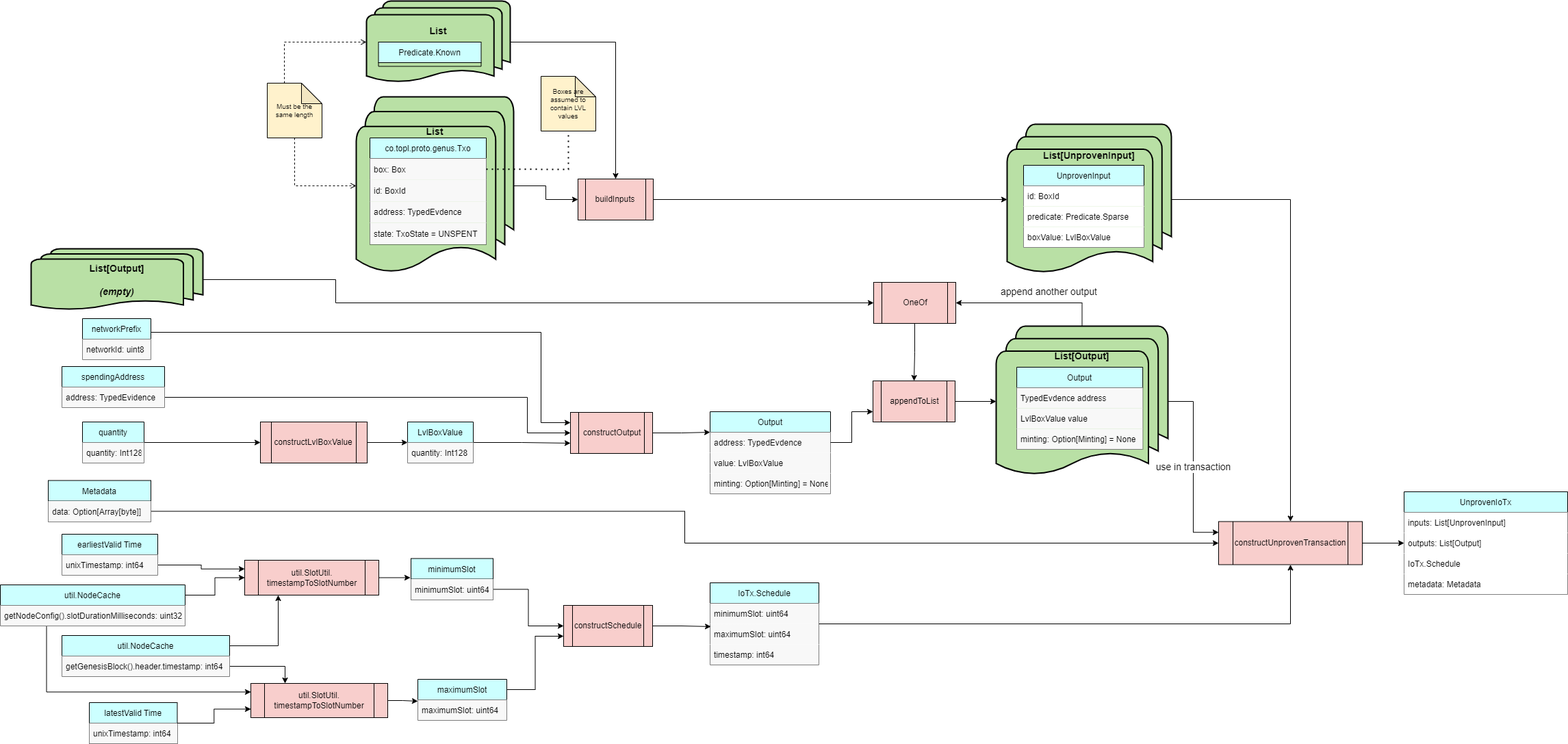
Above: docs/Modules/NativeTransactor/transaction_builder.drawio.png in Topl/BramblSc-docs (draw.io), before the change. Source tidied: cells renumbered, new cells last; positions are measured from the earlier drawing's top-left corner, leaving out a move shared by most shapes.
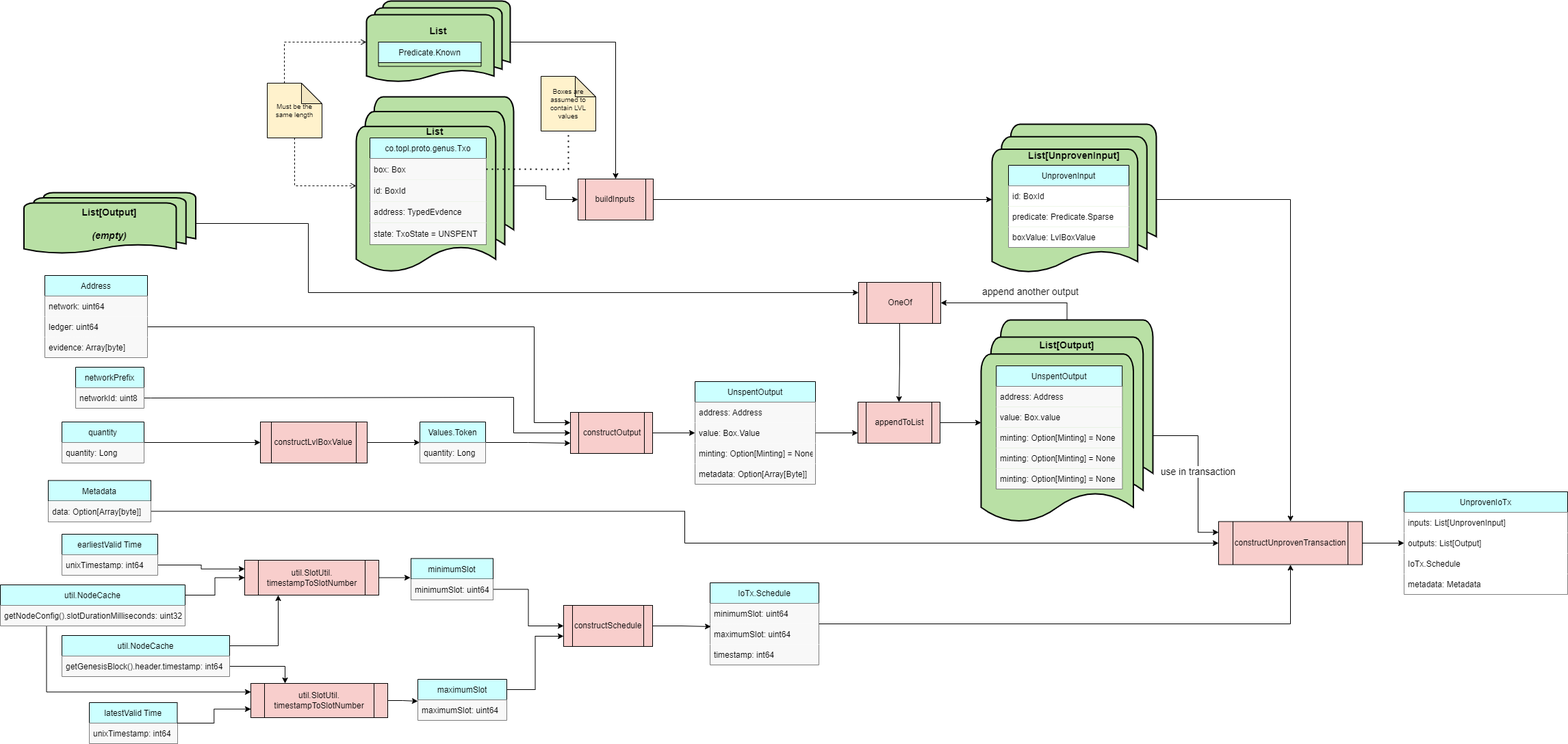
After the change.

Commit message:
Harmonized outputs with quivr4s

Change to the diagram source:
```diff
@@ -67,35 +67,22 @@
     <mxCell id="22" value="state: TxoState = UNSPENT" style="text;strokeColor=none;fillColor=#F8F8F8;align=left;verticalAlign=middle;spacingLeft=4;spacingRight=4;overflow=hidden;" parent="18" vertex="1">
       <mxGeometry y="124.1" width="170" height="31.4" as="geometry" />
     </mxCell>
-    <mxCell id="23" style="group;" parent="1" vertex="1">
-      <mxGeometry x="1460" y="475" width="251" height="220" as="geometry" />
-    </mxCell>
-    <mxCell id="24" value="&lt;font style=&quot;&quot;&gt;&lt;font style=&quot;font-size: 10px;&quot;&gt;&lt;br&gt;&lt;/font&gt;&lt;br&gt;&lt;/font&gt;&lt;font style=&quot;font-size: 14px;&quot;&gt;&lt;b&gt;List[Output]&lt;/b&gt;&lt;/font&gt;" style="strokeWidth=2;html=1;shape=mxgraph.flowchart.multi-document;whiteSpace=wrap;fillColor=#B9E0A5;verticalAlign=top;" parent="23" vertex="1">
-      <mxGeometry x="-5" width="251" height="220" as="geometry" />
-    </mxCell>
-    <mxCell id="25" value="Output" style="swimlane;fontStyle=0;horizontal=1;startSize=30;fillColor=#CCFFFF;" parent="23" vertex="1">
-      <mxGeometry x="25.1" y="60" width="184.1" height="120" as="geometry" />
-    </mxCell>
-    <mxCell id="26" value="TypedEvdence address" style="text;strokeColor=none;fillColor=#F8F8F8;align=left;verticalAlign=middle;spacingLeft=4;spacingRight=4;overflow=hidden;" parent="25" vertex="1">
-      <mxGeometry y="30" width="184.1" height="30" as="geometry" />
-    </mxCell>
-    <mxCell id="27" value="LvlBoxValue value" style="text;strokeColor=none;fillColor=#F8F8F8;align=left;verticalAlign=middle;spacingLeft=4;spacingRight=4;overflow=hidden;" parent="25" vertex="1">
-      <mxGeometry y="60" width="184.1" height="30" as="geometry" />
-    </mxCell>
-    <mxCell id="28" value="minting: Option[Minting] = None" style="text;strokeColor=none;fillColor=#F8F8F8;align=left;verticalAlign=middle;spacingLeft=4;spacingRight=4;overflow=hidden;" parent="25" vertex="1">
-      <mxGeometry y="90" width="184.1" height="30" as="geometry" />
-    </mxCell>
     <mxCell id="29" value="use in transaction" style="edgeStyle=orthogonalEdgeStyle;rounded=0;jettySize=auto;html=1;entryX=0;entryY=0.25;entryDx=0;entryDy=0;fontSize=14;" parent="1" edge="1" source="24" target="3">
-      <mxGeometry relative="1" as="geometry" />
+      <mxGeometry relative="1" as="geometry">
+        <Array as="points">
+          <mxPoint x="1750" y="635" />
+          <mxPoint x="1750" y="776" />
+        </Array>
+      </mxGeometry>
     </mxCell>
     <mxCell id="30" style="edgeStyle=orthogonalEdgeStyle;rounded=0;jettySize=auto;html=1;entryX=0;entryY=0.5;entryDx=0;entryDy=0;fontSize=10;" parent="1" edge="1" source="31" target="34">
       <mxGeometry relative="1" as="geometry" />
     </mxCell>
     <mxCell id="31" value="quantity" style="swimlane;fontStyle=0;horizontal=1;startSize=30;fillColor=#CCFFFF;" parent="1" vertex="1">
-      <mxGeometry x="120" y="615" width="90" height="60" as="geometry" />
+      <mxGeometry x="90" y="615" width="120" height="60" as="geometry" />
     </mxCell>
-    <mxCell id="32" value="quantity: Int128" style="text;strokeColor=none;fillColor=#F8F8F8;align=left;verticalAlign=middle;spacingLeft=4;spacingRight=4;overflow=hidden;" parent="31" vertex="1">
-      <mxGeometry y="30" width="90" height="30" as="geometry" />
+    <mxCell id="32" value="quantity: Long" style="text;strokeColor=none;fillColor=#F8F8F8;align=left;verticalAlign=middle;spacingLeft=4;spacingRight=4;overflow=hidden;" parent="31" vertex="1">
+      <mxGeometry y="30" width="120" height="30" as="geometry" />
     </mxCell>
     <mxCell id="33" style="edgeStyle=orthogonalEdgeStyle;rounded=0;jettySize=auto;html=1;entryX=0;entryY=0.5;entryDx=0;entryDy=0;fontSize=10;" parent="1" edge="1" source="34" target="36">
       <mxGeometry relative="1" as="geometry" />
@@ -106,58 +93,50 @@
     <mxCell id="35" style="edgeStyle=orthogonalEdgeStyle;rounded=0;jettySize=auto;html=1;fontSize=10;entryX=0;entryY=0.75;entryDx=0;entryDy=0;" parent="1" edge="1" source="36" target="39">
       <mxGeometry relative="1" as="geometry" />
     </mxCell>
-    <mxCell id="36" value="LvlBoxValue" style="swimlane;fontStyle=0;horizontal=1;startSize=30;fillColor=#CCFFFF;" parent="1" vertex="1">
-      <mxGeometry x="595" y="615" width="96" height="60" as="geometry" />
+    <mxCell id="36" value="Values.Token" style="swimlane;fontStyle=0;horizontal=1;startSize=30;fillColor=#CCFFFF;" parent="1" vertex="1">
+      <mxGeometry x="613" y="615" width="96" height="60" as="geometry" />
     </mxCell>
-    <mxCell id="37" value="quantity: Int128" style="text;strokeColor=none;fillColor=#F8F8F8;align=left;verticalAlign=middle;spacingLeft=4;spacingRight=4;overflow=hidden;" parent="36" vertex="1">
+    <mxCell id="37" value="quantity: Long" style="text;strokeColor=none;fillColor=#F8F8F8;align=left;verticalAlign=middle;spacingLeft=4;spacingRight=4;overflow=hidden;" parent="36" vertex="1">
       <mxGeometry y="30" width="96" height="30" as="geometry" />
     </mxCell>
-    <mxCell id="38" style="edgeStyle=orthogonalEdgeStyle;rounded=0;jettySize=auto;html=1;entryX=0;entryY=0.25;entryDx=0;entryDy=0;fontSize=10;exitX=1;exitY=0.5;exitDx=0;exitDy=0;" parent="1" edge="1" source="39" target="46">
+    <mxCell id="38" style="edgeStyle=orthogonalEdgeStyle;rounded=0;jettySize=auto;html=1;entryX=0;entryY=0.5;entryDx=0;entryDy=0;fontSize=10;exitX=1;exitY=0.5;exitDx=0;exitDy=0;" parent="1" edge="1" source="39" target="48">
       <mxGeometry relative="1" as="geometry" />
     </mxCell>
     <mxCell id="39" value="constructOutput" style="shape=process;whiteSpace=wrap;html=1;backgroundOutline=1;fillColor=#F8CECC;" parent="1" vertex="1">
       <mxGeometry x="833" y="601" width="120" height="60" as="geometry" />
     </mxCell>
-    <mxCell id="40" style="edgeStyle=orthogonalEdgeStyle;rounded=0;jettySize=auto;html=1;entryX=0;entryY=0.5;entryDx=0;entryDy=0;fontSize=10;exitX=1;exitY=0.5;exitDx=0;exitDy=0;" parent="1" edge="1" source="42" target="39">
+    <mxCell id="40" style="edgeStyle=orthogonalEdgeStyle;rounded=0;jettySize=auto;html=1;entryX=0;entryY=0.5;entryDx=0;entryDy=0;fontSize=10;exitX=1;exitY=0.75;exitDx=0;exitDy=0;" parent="1" edge="1" source="44" target="39">
       <mxGeometry relative="1" as="geometry">
         <Array as="points">
-          <mxPoint x="770" y="579" />
-          <mxPoint x="770" y="631" />
+          <mxPoint x="220" y="580" />
+          <mxPoint x="750" y="579" />
+          <mxPoint x="750" y="631" />
         </Array>
       </mxGeometry>
     </mxCell>
-    <mxCell id="41" value="spendingAddress" style="swimlane;fontStyle=0;horizontal=1;startSize=30;fillColor=#CCFFFF;" parent="1" vertex="1">
-      <mxGeometry x="90" y="534" width="150" height="60" as="geometry" />
-    </mxCell>
-    <mxCell id="42" value="address: TypedEvidence" style="text;strokeColor=none;fillColor=#F8F8F8;align=left;verticalAlign=middle;spacingLeft=4;spacingRight=4;overflow=hidden;points=[[0,0.5],[1,0.5]];portConstraint=eastwest;" parent="41" vertex="1">
-      <mxGeometry y="30" width="150" height="30" as="geometry" />
-    </mxCell>
-    <mxCell id="43" style="edgeStyle=orthogonalEdgeStyle;rounded=0;jettySize=auto;html=1;entryX=0;entryY=0.25;entryDx=0;entryDy=0;fontSize=10;" parent="1" edge="1" source="44" target="39">
+    <mxCell id="43" style="edgeStyle=orthogonalEdgeStyle;rounded=0;jettySize=auto;html=1;entryX=0;entryY=0.25;entryDx=0;entryDy=0;fontSize=10;exitX=1;exitY=0.5;exitDx=0;exitDy=0;" parent="1" edge="1" source="106" target="39">
       <mxGeometry relative="1" as="geometry">
         <Array as="points">
-          <mxPoint x="790" y="484" />
-          <mxPoint x="790" y="616" />
+          <mxPoint x="780" y="476" />
+          <mxPoint x="780" y="616" />
         </Array>
       </mxGeometry>
     </mxCell>
-    <mxCell id="44" value="networkPrefix" style="swimlane;fontStyle=0;horizontal=1;startSize=30;fillColor=#CCFFFF;" parent="1" vertex="1">
-      <mxGeometry x="120" y="464" width="100" height="60" as="geometry" />
-    </mxCell>
-    <mxCell id="45" value="networkId: uint8" style="text;strokeColor=none;fillColor=#F8F8F8;align=left;verticalAlign=middle;spacingLeft=4;spacingRight=4;overflow=hidden;" parent="44" vertex="1">
-      <mxGeometry y="30" width="100" height="30" as="geometry" />
-    </mxCell>
-    <mxCell id="46" value="Output" style="swimlane;fontStyle=0;horizontal=1;startSize=30;fillColor=#CCFFFF;" parent="1" vertex="1">
-      <mxGeometry x="1037" y="600" width="176" height="120" as="geometry" />
+    <mxCell id="46" value="UnspentOutput" style="swimlane;fontStyle=0;horizontal=1;startSize=30;fillColor=#CCFFFF;" parent="1" vertex="1">
+      <mxGeometry x="1015" y="556" width="176" height="150" as="geometry" />
     </mxCell>
-    <mxCell id="47" value="address: TypedEvdence" style="text;strokeColor=none;fillColor=#F8F8F8;align=left;verticalAlign=middle;spacingLeft=4;spacingRight=4;overflow=hidden;points=[[0,0.5],[1,0.5]];portConstraint=eastwest;" parent="46" vertex="1">
+    <mxCell id="47" value="address: Address" style="text;strokeColor=none;fillColor=#F8F8F8;align=left;verticalAlign=middle;spacingLeft=4;spacingRight=4;overflow=hidden;points=[[0,0.5],[1,0.5]];portConstraint=eastwest;" parent="46" vertex="1">
       <mxGeometry y="30" width="176" height="30" as="geometry" />
     </mxCell>
-    <mxCell id="48" value="value: LvlBoxValue" style="text;strokeColor=none;fillColor=#F8F8F8;align=left;verticalAlign=middle;spacingLeft=4;spacingRight=4;overflow=hidden;points=[[0,0.5],[1,0.5]];portConstraint=eastwest;" parent="46" vertex="1">
+    <mxCell id="48" value="value: Box.Value" style="text;strokeColor=none;fillColor=#F8F8F8;align=left;verticalAlign=middle;spacingLeft=4;spacingRight=4;overflow=hidden;points=[[0,0.5],[1,0.5]];portConstraint=eastwest;" parent="46" vertex="1">
       <mxGeometry y="60" width="176" height="30" as="geometry" />
     </mxCell>
     <mxCell id="49" value="minting: Option[Minting] = None" style="text;strokeColor=none;fillColor=#F8F8F8;align=left;verticalAlign=middle;spacingLeft=4;spacingRight=4;overflow=hidden;" parent="46" vertex="1">
       <mxGeometry y="90" width="176" height="30" as="geometry" />
     </mxCell>
+    <mxCell id="105" value="metadata: Option[Array[Byte]]" style="text;strokeColor=none;fillColor=#F8F8F8;align=left;verticalAlign=middle;spacingLeft=4;spacingRight=4;overflow=hidden;" parent="46" vertex="1">
+      <mxGeometry y="120" width="176" height="30" as="geometry" />
+    </mxCell>
     <mxCell id="50" style="edgeStyle=orthogonalEdgeStyle;rounded=0;jettySize=auto;html=1;entryX=0.5;entryY=0;entryDx=0;entryDy=0;fontSize=10;endArrow=classic;endFill=1;" parent="1" edge="1" source="90" target="55">
       <mxGeometry relative="1" as="geometry" />
     </mxCell>
@@ -180,7 +159,7 @@
       <mxGeometry relative="1" as="geometry" />
     </mxCell>
     <mxCell id="57" style="group;" parent="1" vertex="1">
-      <mxGeometry x="1471" y="180" width="240" height="220" as="geometry" />
+      <mxGeometry x="1449" y="180" width="240" height="220" as="geometry" />
     </mxCell>
     <mxCell id="58" value="&lt;font style=&quot;&quot;&gt;&lt;font style=&quot;&quot;&gt;&lt;font style=&quot;font-size: 14px;&quot;&gt;&amp;nbsp;&lt;/font&gt;&lt;br&gt;&lt;/font&gt;&lt;br&gt;&lt;/font&gt;&lt;font style=&quot;font-size: 14px;&quot;&gt;&lt;b&gt;List[UnprovenInput]&lt;/b&gt;&lt;/font&gt;" style="strokeWidth=2;html=1;shape=mxgraph.flowchart.multi-document;whiteSpace=wrap;fillColor=#B9E0A5;verticalAlign=top;" parent="57" vertex="1">
       <mxGeometry width="240" height="220" as="geometry" />
@@ -301,22 +280,16 @@
       <mxGeometry relative="1" as="geometry" />
     </mxCell>
     <mxCell id="96" value="appendToList" style="shape=process;whiteSpace=wrap;html=1;backgroundOutline=1;fillColor=#F8CECC;" parent="1" vertex="1">
-      <mxGeometry x="1275" y="555" width="120" height="60" as="geometry" />
+      <mxGeometry x="1253" y="586" width="120" height="60" as="geometry" />
     </mxCell>
-    <mxCell id="97" style="edgeStyle=orthogonalEdgeStyle;rounded=0;jettySize=auto;html=1;entryX=0;entryY=0.75;entryDx=0;entryDy=0;fontSize=18;exitX=1;exitY=0.5;exitDx=0;exitDy=0;" parent="1" edge="1" source="47" target="96">
+    <mxCell id="97" style="edgeStyle=orthogonalEdgeStyle;rounded=0;jettySize=auto;html=1;entryX=0;entryY=0.75;entryDx=0;entryDy=0;fontSize=18;exitX=1;exitY=0.5;exitDx=0;exitDy=0;" parent="1" edge="1" source="48" target="96">
       <mxGeometry relative="1" as="geometry" />
     </mxCell>
-    <mxCell id="98" style="group;" parent="1" vertex="1">
-      <mxGeometry x="50" y="362" width="251" height="220" as="geometry" />
-    </mxCell>
-    <mxCell id="99" value="&lt;font style=&quot;&quot;&gt;&lt;br&gt;&lt;/font&gt;&lt;font style=&quot;font-size: 14px;&quot;&gt;&lt;b&gt;List[Output]&lt;br&gt;&lt;br&gt;&lt;i&gt;(empty)&lt;/i&gt;&lt;br&gt;&lt;/b&gt;&lt;/font&gt;" style="strokeWidth=2;html=1;shape=mxgraph.flowchart.multi-document;whiteSpace=wrap;fillColor=#B9E0A5;verticalAlign=top;" parent="98" vertex="1">
-      <mxGeometry x="-5" width="251" height="90" as="geometry" />
-    </mxCell>
-    <mxCell id="100" style="edgeStyle=orthogonalEdgeStyle;rounded=0;jettySize=auto;html=1;entryX=0;entryY=0.5;entryDx=0;entryDy=0;fontSize=18;" parent="1" edge="1" source="99" target="104">
+    <mxCell id="100" style="edgeStyle=orthogonalEdgeStyle;rounded=0;jettySize=auto;html=1;entryX=0;entryY=0.25;entryDx=0;entryDy=0;fontSize=18;exitX=1;exitY=0.5;exitDx=0;exitDy=0;exitPerimeter=0;" parent="1" edge="1" source="99" target="104">
       <mxGeometry relative="1" as="geometry">
         <Array as="points">
-          <mxPoint x="490" y="407" />
-          <mxPoint x="490" y="441" />
+          <mxPoint x="450" y="325" />
+          <mxPoint x="450" y="426" />
         </Array>
       </mxGeometry>
     </mxCell>
@@ -332,7 +305,52 @@
       <mxGeometry relative="1" as="geometry" />
     </mxCell>
     <mxCell id="104" value="OneOf" style="shape=process;whiteSpace=wrap;html=1;backgroundOutline=1;fillColor=#F8CECC;" parent="1" vertex="1">
-      <mxGeometry x="1276" y="411" width="120" height="60" as="geometry" />
+      <mxGeometry x="1254" y="411" width="120" height="60" as="geometry" />
     </mxCell>
+    <mxCell id="99" value="&lt;font style=&quot;&quot;&gt;&lt;br&gt;&lt;/font&gt;&lt;font style=&quot;font-size: 14px;&quot;&gt;&lt;b&gt;List[Output]&lt;br&gt;&lt;br&gt;&lt;i&gt;(empty)&lt;/i&gt;&lt;br&gt;&lt;/b&gt;&lt;/font&gt;" style="strokeWidth=2;html=1;shape=mxgraph.flowchart.multi-document;whiteSpace=wrap;fillColor=#B9E0A5;verticalAlign=top;" parent="1" vertex="1">
+      <mxGeometry x="34.5" y="280" width="251" height="90" as="geometry" />
+    </mxCell>
+    <mxCell id="41" value="Address" style="swimlane;fontStyle=0;horizontal=1;startSize=30;fillColor=#CCFFFF;" parent="1" vertex="1">
+      <mxGeometry x="65" y="401" width="150" height="120" as="geometry" />
+    </mxCell>
+    <mxCell id="42" value="network: uint64" style="text;strokeColor=none;fillColor=#F8F8F8;align=left;verticalAlign=middle;spacingLeft=4;spacingRight=4;overflow=hidden;points=[[0,0.5],[1,0.5]];portConstraint=eastwest;" parent="41" vertex="1">
+      <mxGeometry y="30" width="150" height="30" as="geometry" />
+    </mxCell>
+    <mxCell id="106" value="ledger: uint64" style="text;strokeColor=none;fillColor=#F8F8F8;align=left;verticalAlign=middle;spacingLeft=4;spacingRight=4;overflow=hidden;points=[[0,0.5],[1,0.5]];portConstraint=eastwest;" parent="41" vertex="1">
+      <mxGeometry y="60" width="150" height="30" as="geometry" />
+    </mxCell>
+    <mxCell id="107" value="evidence: Array[byte]" style="text;strokeColor=none;fillColor=#F8F8F8;align=left;verticalAlign=middle;spacingLeft=4;spacingRight=4;overflow=hidden;" parent="41" vertex="1">
+      <mxGeometry y="90" width="150" height="30" as="geometry" />
+    </mxCell>
+    <mxCell id="44" value="networkPrefix" style="swimlane;fontStyle=0;horizontal=1;startSize=30;fillColor=#CCFFFF;" parent="1" vertex="1">
+      <mxGeometry x="110" y="535" width="100" height="60" as="geometry" />
+    </mxCell>
+    <mxCell id="45" value="networkId: uint8" style="text;strokeColor=none;fillColor=#F8F8F8;align=left;verticalAlign=middle;spacingLeft=4;spacingRight=4;overflow=hidden;" parent="44" vertex="1">
+      <mxGeometry y="30" width="100" height="30" as="geometry" />
+    </mxCell>
+    <mxCell id="108" style="group;" parent="1" vertex="1">
+      <mxGeometry x="1433" y="466" width="251" height="300" as="geometry" />
+    </mxCell>
+    <mxCell id="24" value="&lt;font style=&quot;font-size: 18px;&quot;&gt;&lt;br&gt;&lt;/font&gt;&lt;font style=&quot;font-size: 14px;&quot;&gt;&lt;b&gt;List[Output]&lt;/b&gt;&lt;/font&gt;" style="strokeWidth=2;html=1;shape=mxgraph.flowchart.multi-document;whiteSpace=wrap;fillColor=#B9E0A5;verticalAlign=top;" parent="108" vertex="1">
+      <mxGeometry width="251" height="300" as="geometry" />
+    </mxCell>
+    <mxCell id="25" value="UnspentOutput" style="swimlane;fontStyle=0;horizontal=1;startSize=30;fillColor=#CCFFFF;" parent="108" vertex="1">
+      <mxGeometry x="22.1" y="67" width="184.1" height="180" as="geometry" />
+    </mxCell>
+    <mxCell id="26" value="address: Address" style="text;strokeColor=none;fillColor=#F8F8F8;align=left;verticalAlign=middle;spacingLeft=4;spacingRight=4;overflow=hidden;" parent="25" vertex="1">
+      <mxGeometry y="30" width="184.1" height="30" as="geometry" />
+    </mxCell>
+    <mxCell id="27" value="value: Box.value" style="text;strokeColor=none;fillColor=#F8F8F8;align=left;verticalAlign=middle;spacingLeft=4;spacingRight=4;overflow=hidden;" parent="25" vertex="1">
+      <mxGeometry y="60" width="184.1" height="30" as="geometry" />
+    </mxCell>
+    <mxCell id="28" value="minting: Option[Minting] = None" style="text;strokeColor=none;fillColor=#F8F8F8;align=left;verticalAlign=middle;spacingLeft=4;spacingRight=4;overflow=hidden;" parent="25" vertex="1">
+      <mxGeometry y="90" width="184.1" height="30" as="geometry" />
+    </mxCell>
+    <mxCell id="109" value="minting: Option[Minting] = None" style="text;strokeColor=none;fillColor=#F8F8F8;align=left;verticalAlign=middle;spacingLeft=4;spacingRight=4;overflow=hidden;" parent="25" vertex="1">
+      <mxGeometry y="120" width="184.1" height="30" as="geometry" />
+    </mxCell>
+    <mxCell id="110" value="minting: Option[Minting] = None" style="text;strokeColor=none;fillColor=#F8F8F8;align=left;verticalAlign=middle;spacingLeft=4;spacingRight=4;overflow=hidden;" parent="25" vertex="1">
+      <mxGeometry y="150" width="184.1" height="30" as="geometry" />
+    </mxCell>
   </root>
 </mxGraphModel>
```
